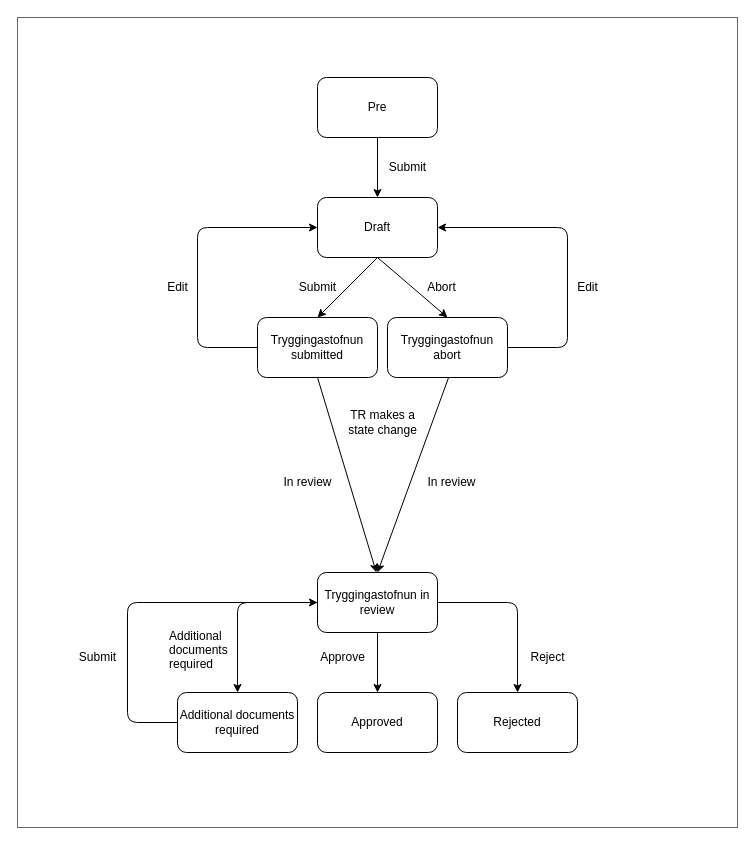
The draw.io diagram libs/application/templates/social-insurance-administration/death-benefits/src/assets/death-benefits-flow-chart.drawio in island-is/island.is, before the edit. Source tidied: cells renumbered, new cells numbered last; positions are measured from the earlier drawing's top-left corner, leaving out a move shared by most shapes. Both pictures are drawn from the tidied source at 100%, with x=0, y=0 at pixel (17, 17).
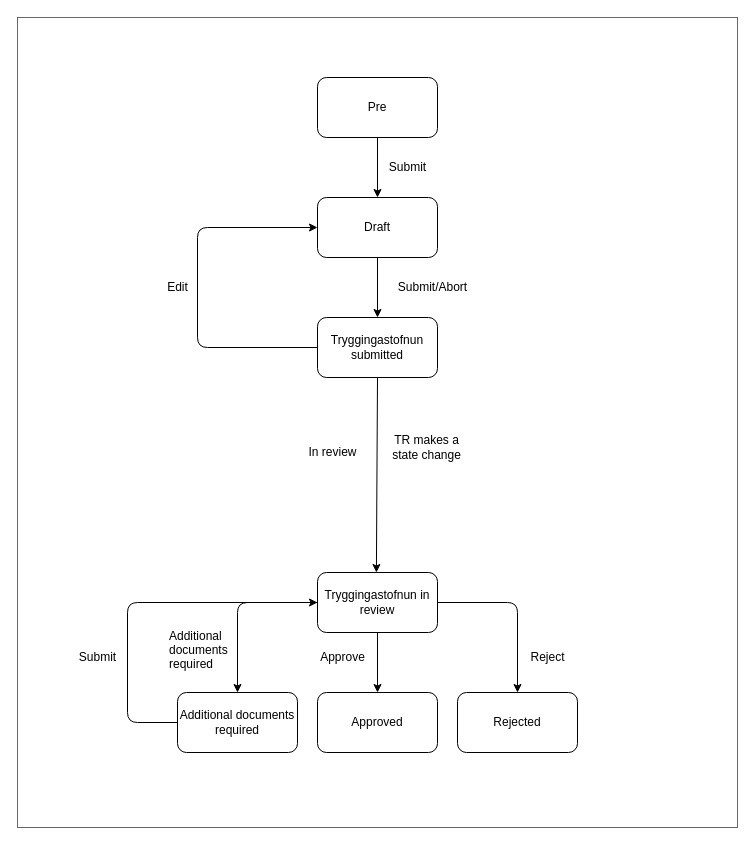
The same page after the edit.

Commit message (it also covers changes not shown here):
update README and flow chart

Unchanged cells that the change refers to:
```xml
<mxCell id="3" value="Draft" style="rounded=1;whiteSpace=wrap;html=1;" parent="1" vertex="1">
  <mxGeometry x="300" y="180" width="120" height="60" as="geometry" />
</mxCell>
<mxCell id="5" value="Tryggingastofnun in review" style="rounded=1;whiteSpace=wrap;html=1;" parent="1" vertex="1">
  <mxGeometry x="300" y="555" width="120" height="60" as="geometry" />
</mxCell>
```

What changed in the source:
```diff
@@
     <mxCell id="4" value="Tryggingastofnun submitted" style="rounded=1;whiteSpace=wrap;html=1;" parent="1" vertex="1">
-      <mxGeometry x="240" y="300" width="120" height="60" as="geometry" />
+      <mxGeometry x="300" y="300" width="120" height="60" as="geometry" />
     </mxCell>
@@
-    <mxCell id="10" style="endArrow=classic;html=1;fontColor=#FFFFFF;strokeColor=#000000;entryX=0;entryY=0.5;entryDx=0;entryDy=0;" parent="1" edge="1" target="3">
+    <mxCell id="10" style="endArrow=classic;html=1;fontColor=#FFFFFF;strokeColor=#000000;entryX=0;entryY=0.5;entryDx=0;entryDy=0;exitX=0;exitY=0.5;exitDx=0;exitDy=0;" parent="1" edge="1" source="4" target="3">
       <mxGeometry relative="1" as="geometry">
-        <mxPoint x="240" y="330" as="sourcePoint" />
         <Array as="points">
           <mxPoint x="180" y="330" />
           <mxPoint x="180" y="210" />
         </Array>
       </mxGeometry>
     </mxCell>
@@
-    <mxCell id="13" value="Submit" style="text;html=1;align=center;verticalAlign=middle;strokeColor=none;fillColor=none;fontColor=#000000;" parent="1" vertex="1">
-      <mxGeometry x="270" y="255" width="60" height="30" as="geometry" />
+    <mxCell id="13" value="Submit/Abort" style="text;html=1;align=center;verticalAlign=middle;strokeColor=none;fillColor=none;fontColor=#000000;" parent="1" vertex="1">
+      <mxGeometry x="370" y="255" width="90" height="30" as="geometry" />
     </mxCell>
@@
     <mxCell id="19" value="TR makes a&lt;br&gt;state change" style="text;html=1;align=center;verticalAlign=middle;strokeColor=none;fillColor=none;fontColor=#000000;" parent="1" vertex="1">
-      <mxGeometry x="320" y="385" width="90" height="40" as="geometry" />
+      <mxGeometry x="364" y="410" width="90" height="40" as="geometry" />
     </mxCell>
@@
-    <mxCell id="23" value="Tryggingastofnun abort" style="rounded=1;whiteSpace=wrap;html=1;" parent="1" vertex="1">
-      <mxGeometry x="370" y="300" width="120" height="60" as="geometry" />
-    </mxCell>
-    <mxCell id="24" style="endArrow=classic;html=1;fontColor=#FFFFFF;strokeColor=#000000;exitX=1;exitY=0.5;exitDx=0;exitDy=0;" parent="1" edge="1" source="23" target="3">
-      <mxGeometry relative="1" as="geometry">
-        <Array as="points">
-          <mxPoint x="550" y="330" />
-          <mxPoint x="550" y="210" />
-        </Array>
-      </mxGeometry>
-    </mxCell>
-    <mxCell id="25" value="Edit" style="text;html=1;align=center;verticalAlign=middle;strokeColor=none;fillColor=none;fontColor=#000000;" parent="1" vertex="1">
-      <mxGeometry x="550" y="255" width="40" height="30" as="geometry" />
-    </mxCell>
-    <mxCell id="26" style="endArrow=classic;html=1;fontColor=#FFFFFF;strokeColor=#000000;entryX=0.5;entryY=0;entryDx=0;entryDy=0;exitX=0.5;exitY=1;exitDx=0;exitDy=0;" parent="1" edge="1" target="5">
-      <mxGeometry relative="1" as="geometry">
-        <mxPoint x="431.1" y="360" as="sourcePoint" />
-      </mxGeometry>
-    </mxCell>
     <mxCell id="27" value="In review" style="text;html=1;align=center;verticalAlign=middle;strokeColor=none;fillColor=none;fontColor=#000000;" parent="1" vertex="1">
-      <mxGeometry x="255" y="450" width="70" height="30" as="geometry" />
+      <mxGeometry x="280" y="420" width="70" height="30" as="geometry" />
     </mxCell>
-    <mxCell id="28" value="In review" style="text;html=1;align=center;verticalAlign=middle;strokeColor=none;fillColor=none;fontColor=#000000;" parent="1" vertex="1">
-      <mxGeometry x="399" y="450" width="70" height="30" as="geometry" />
-    </mxCell>
@@
-    <mxCell id="30" style="endArrow=classic;html=1;entryX=0.5;entryY=0;entryDx=0;entryDy=0;exitX=0.5;exitY=1;exitDx=0;exitDy=0;fontColor=#FFFFFF;strokeColor=#000000;" parent="1" edge="1">
-      <mxGeometry relative="1" as="geometry">
-        <mxPoint x="360" y="240" as="sourcePoint" />
-        <mxPoint x="430" y="300" as="targetPoint" />
-      </mxGeometry>
-    </mxCell>
-    <mxCell id="31" value="Abort" style="text;html=1;align=center;verticalAlign=middle;strokeColor=none;fillColor=none;fontColor=#000000;" parent="1" vertex="1">
-      <mxGeometry x="399" y="255" width="50" height="30" as="geometry" />
-    </mxCell>
-    <mxCell id="32" style="endArrow=classic;html=1;entryX=0.5;entryY=0;entryDx=0;entryDy=0;exitX=0.5;exitY=1;exitDx=0;exitDy=0;fontColor=#FFFFFF;strokeColor=#000000;" parent="1" edge="1">
-      <mxGeometry relative="1" as="geometry">
-        <mxPoint x="360" y="240" as="sourcePoint" />
-        <mxPoint x="300" y="300" as="targetPoint" />
-      </mxGeometry>
+    <mxCell id="32" style="endArrow=classic;html=1;entryX=0.5;entryY=0;entryDx=0;entryDy=0;exitX=0.5;exitY=1;exitDx=0;exitDy=0;fontColor=#FFFFFF;strokeColor=#000000;" parent="1" edge="1" source="3" target="4">
+      <mxGeometry relative="1" as="geometry" />
     </mxCell>
```
